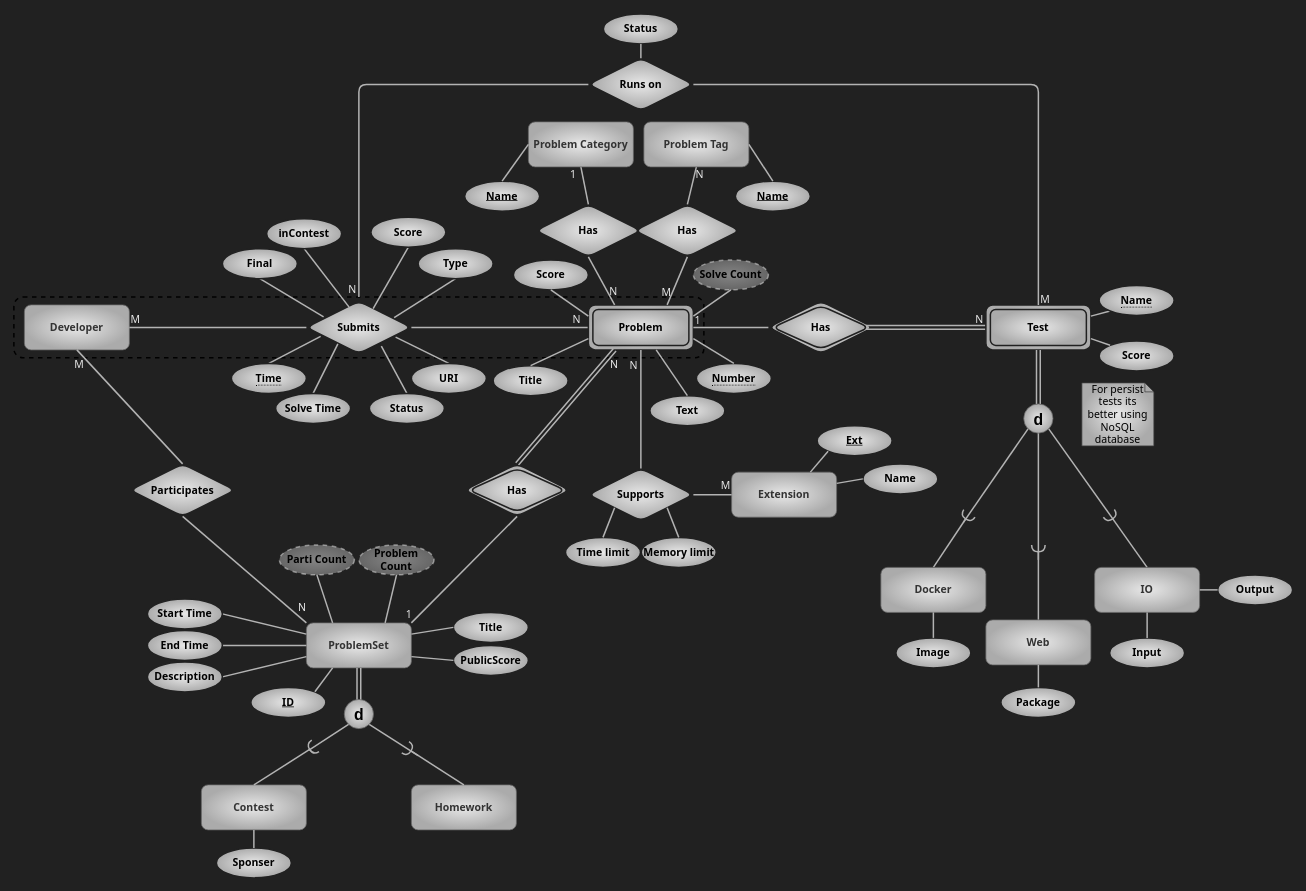
Earlier version of the draw.io diagram page "problemset" (4 of 5) of er.drawio (kntu-db/quera-db). Source tidied: cells renumbered, new cells numbered last; positions are measured from the earlier drawing's top-left corner, leaving out a move shared by most shapes. Both pictures are drawn from the tidied source at 75%, with x=0, y=0 at pixel (14, 14).
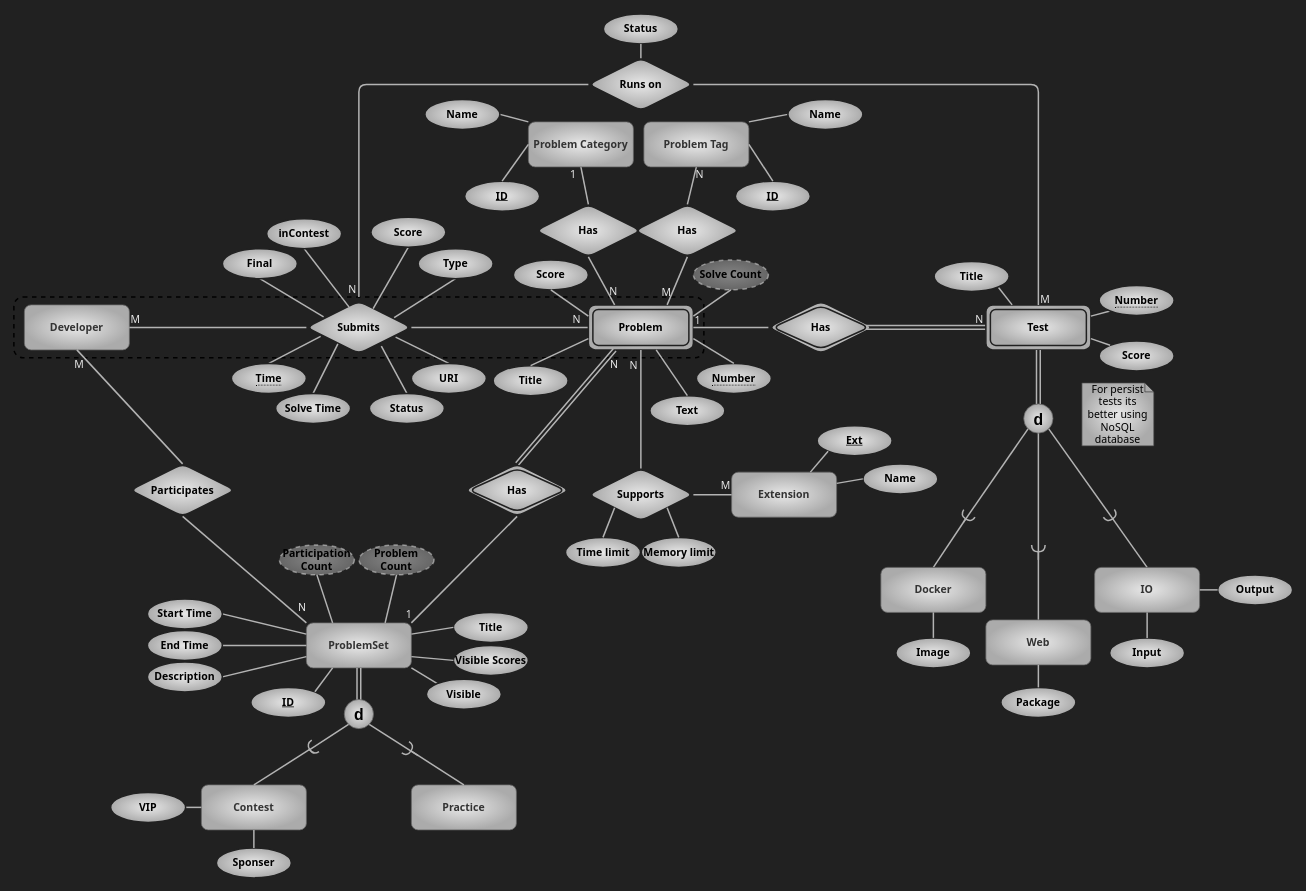
The same diagram, later.

Unchanged cells that the change refers to:
```xml
<mxCell id="35" value="Problem Tag" style="whiteSpace=wrap;html=1;align=center;fontFamily=Tahoma;rounded=1;fillColor=#E8E8E8;strokeColor=#666666;fontColor=#333333;gradientColor=#ABABAB;gradientDirection=radial;fontSize=14;labelBackgroundColor=none;fontStyle=1;" parent="1" vertex="1">
  <mxGeometry x="840" y="144" width="140" height="60" as="geometry" />
</mxCell>
<mxCell id="42" value="Problem Category" style="whiteSpace=wrap;html=1;align=center;fontFamily=Tahoma;rounded=1;fillColor=#E8E8E8;strokeColor=#666666;fontColor=#333333;gradientColor=#ABABAB;gradientDirection=radial;fontSize=14;labelBackgroundColor=none;fontStyle=1;" parent="1" vertex="1">
  <mxGeometry x="686" y="144" width="140" height="60" as="geometry" />
</mxCell>
<mxCell id="56" value="Test" style="shape=ext;margin=3;double=1;whiteSpace=wrap;html=1;align=center;rounded=1;labelBackgroundColor=none;fontFamily=Tahoma;fontSize=14;fontColor=#000000;fillColor=#E8E8E8;gradientColor=#ABABAB;gradientDirection=radial;fontStyle=1;strokeColor=#212121;strokeWidth=2;glass=0;" parent="1" vertex="1">
  <mxGeometry x="1296" y="388" width="140" height="60" as="geometry" />
</mxCell>
<mxCell id="80" value="ProblemSet" style="whiteSpace=wrap;html=1;align=center;fontFamily=Tahoma;rounded=1;fillColor=#E8E8E8;strokeColor=#666666;fontColor=#333333;gradientColor=#ABABAB;gradientDirection=radial;fontSize=14;labelBackgroundColor=none;fontStyle=1;" parent="1" vertex="1">
  <mxGeometry x="390" y="812" width="140" height="60" as="geometry" />
</mxCell>
<mxCell id="102" value="Contest" style="whiteSpace=wrap;html=1;align=center;fontFamily=Tahoma;rounded=1;fillColor=#E8E8E8;strokeColor=#666666;fontColor=#333333;gradientColor=#ABABAB;gradientDirection=radial;fontSize=14;labelBackgroundColor=none;fontStyle=1;" parent="1" vertex="1">
  <mxGeometry x="250" y="1028" width="140" height="60" as="geometry" />
</mxCell>
```

Diff of the diagram source:
```diff
@@
-    <mxCell id="58" value="&lt;span style=&quot;border-bottom: 1px dotted&quot;&gt;Name&lt;/span&gt;" style="ellipse;whiteSpace=wrap;html=1;align=center;rounded=1;labelBackgroundColor=none;fontFamily=Tahoma;fontSize=14;fontColor=#000000;strokeColor=#212121;strokeWidth=2;fillColor=#E8E8E8;gradientColor=#ABABAB;gradientDirection=radial;fontStyle=1;" parent="1" vertex="1">
+    <mxCell id="58" value="&lt;span style=&quot;border-bottom: 1px dotted&quot;&gt;Number&lt;/span&gt;" style="ellipse;whiteSpace=wrap;html=1;align=center;rounded=1;labelBackgroundColor=none;fontFamily=Tahoma;fontSize=14;fontColor=#000000;strokeColor=#212121;strokeWidth=2;fillColor=#E8E8E8;gradientColor=#ABABAB;gradientDirection=radial;fontStyle=1;" parent="1" vertex="1">
       <mxGeometry x="1447" y="362" width="100" height="40" as="geometry" />
     </mxCell>
@@
-    <mxCell id="82" value="Parti Count" style="ellipse;whiteSpace=wrap;html=1;align=center;dashed=1;rounded=1;labelBackgroundColor=none;fontFamily=Tahoma;fontSize=14;fontColor=#000000;strokeColor=#e8e8e8;strokeWidth=2;fillColor=#E8E8E8;gradientColor=#ABABAB;gradientDirection=radial;perimeterSpacing=0;fontStyle=1;labelBorderColor=none;shadow=0;opacity=50;" parent="1" vertex="1">
+    <mxCell id="82" value="Participation Count" style="ellipse;whiteSpace=wrap;html=1;align=center;dashed=1;rounded=1;labelBackgroundColor=none;fontFamily=Tahoma;fontSize=14;fontColor=#000000;strokeColor=#e8e8e8;strokeWidth=2;fillColor=#E8E8E8;gradientColor=#ABABAB;gradientDirection=radial;perimeterSpacing=0;fontStyle=1;labelBorderColor=none;shadow=0;opacity=50;" parent="1" vertex="1">
       <mxGeometry x="354" y="708" width="100" height="40" as="geometry" />
     </mxCell>
@@
-    <mxCell id="103" value="Homework" style="whiteSpace=wrap;html=1;align=center;fontFamily=Tahoma;rounded=1;fillColor=#E8E8E8;strokeColor=#666666;fontColor=#333333;gradientColor=#ABABAB;gradientDirection=radial;fontSize=14;labelBackgroundColor=none;fontStyle=1;" parent="1" vertex="1">
+    <mxCell id="103" value="Practice" style="whiteSpace=wrap;html=1;align=center;fontFamily=Tahoma;rounded=1;fillColor=#E8E8E8;strokeColor=#666666;fontColor=#333333;gradientColor=#ABABAB;gradientDirection=radial;fontSize=14;labelBackgroundColor=none;fontStyle=1;" parent="1" vertex="1">
       <mxGeometry x="530" y="1028" width="140" height="60" as="geometry" />
     </mxCell>
@@
-    <mxCell id="108" value="PublicScore" style="ellipse;whiteSpace=wrap;html=1;align=center;rounded=1;labelBackgroundColor=none;fontFamily=Tahoma;fontSize=14;fontColor=#000000;strokeColor=#212121;strokeWidth=2;fillColor=#E8E8E8;gradientColor=#ABABAB;gradientDirection=radial;fontStyle=1;" parent="1" vertex="1">
+    <mxCell id="108" value="Visible Scores" style="ellipse;whiteSpace=wrap;html=1;align=center;rounded=1;labelBackgroundColor=none;fontFamily=Tahoma;fontSize=14;fontColor=#000000;strokeColor=#212121;strokeWidth=2;fillColor=#E8E8E8;gradientColor=#ABABAB;gradientDirection=radial;fontStyle=1;" parent="1" vertex="1">
       <mxGeometry x="586" y="842" width="100" height="40" as="geometry" />
     </mxCell>
@@
-    <mxCell id="114" value="Name" style="ellipse;whiteSpace=wrap;html=1;align=center;rounded=1;labelBackgroundColor=none;fontFamily=Tahoma;fontSize=14;fontColor=#000000;strokeColor=#212121;strokeWidth=2;fillColor=#E8E8E8;gradientColor=#ABABAB;gradientDirection=radial;fontStyle=5;" parent="1" vertex="1">
+    <mxCell id="114" value="ID" style="ellipse;whiteSpace=wrap;html=1;align=center;rounded=1;labelBackgroundColor=none;fontFamily=Tahoma;fontSize=14;fontColor=#000000;strokeColor=#212121;strokeWidth=2;fillColor=#E8E8E8;gradientColor=#ABABAB;gradientDirection=radial;fontStyle=5;" parent="1" vertex="1">
       <mxGeometry x="601" y="223" width="100" height="40" as="geometry" />
     </mxCell>
@@
-    <mxCell id="116" value="Name" style="ellipse;whiteSpace=wrap;html=1;align=center;rounded=1;labelBackgroundColor=none;fontFamily=Tahoma;fontSize=14;fontColor=#000000;strokeColor=#212121;strokeWidth=2;fillColor=#E8E8E8;gradientColor=#ABABAB;gradientDirection=radial;fontStyle=5;" parent="1" vertex="1">
+    <mxCell id="116" value="ID" style="ellipse;whiteSpace=wrap;html=1;align=center;rounded=1;labelBackgroundColor=none;fontFamily=Tahoma;fontSize=14;fontColor=#000000;strokeColor=#212121;strokeWidth=2;fillColor=#E8E8E8;gradientColor=#ABABAB;gradientDirection=radial;fontStyle=5;" parent="1" vertex="1">
       <mxGeometry x="962" y="223" width="100" height="40" as="geometry" />
     </mxCell>
@@
+    <mxCell id="145" style="edgeStyle=none;html=1;entryX=0;entryY=0.5;entryDx=0;entryDy=0;endArrow=none;endFill=0;strokeColor=#B3B3B3;strokeWidth=2;" parent="1" edge="1" source="146" target="102">
+      <mxGeometry relative="1" as="geometry" />
+    </mxCell>
+    <mxCell id="146" value="VIP" style="ellipse;whiteSpace=wrap;html=1;align=center;rounded=1;labelBackgroundColor=none;fontFamily=Tahoma;fontSize=14;fontColor=#000000;strokeColor=#212121;strokeWidth=2;fillColor=#E8E8E8;gradientColor=#ABABAB;gradientDirection=radial;fontStyle=1;" parent="1" vertex="1">
+      <mxGeometry x="129" y="1038" width="100" height="40" as="geometry" />
+    </mxCell>
+    <mxCell id="147" style="edgeStyle=none;html=1;exitX=0;exitY=0;exitDx=0;exitDy=0;entryX=1;entryY=1;entryDx=0;entryDy=0;endArrow=none;endFill=0;strokeColor=#B3B3B3;strokeWidth=2;" parent="1" edge="1" source="148" target="80">
+      <mxGeometry relative="1" as="geometry" />
+    </mxCell>
+    <mxCell id="148" value="Visible" style="ellipse;whiteSpace=wrap;html=1;align=center;rounded=1;labelBackgroundColor=none;fontFamily=Tahoma;fontSize=14;fontColor=#000000;strokeColor=#212121;strokeWidth=2;fillColor=#E8E8E8;gradientColor=#ABABAB;gradientDirection=radial;fontStyle=1;" parent="1" vertex="1">
+      <mxGeometry x="550" y="887" width="100" height="40" as="geometry" />
+    </mxCell>
+    <mxCell id="149" style="edgeStyle=none;html=1;exitX=1;exitY=0.5;exitDx=0;exitDy=0;entryX=0;entryY=0;entryDx=0;entryDy=0;endArrow=none;endFill=0;strokeColor=#B3B3B3;strokeWidth=2;" parent="1" edge="1" source="150" target="42">
+      <mxGeometry relative="1" as="geometry" />
+    </mxCell>
+    <mxCell id="150" value="Name" style="ellipse;whiteSpace=wrap;html=1;align=center;rounded=1;labelBackgroundColor=none;fontFamily=Tahoma;fontSize=14;fontColor=#000000;strokeColor=#212121;strokeWidth=2;fillColor=#E8E8E8;gradientColor=#ABABAB;gradientDirection=radial;fontStyle=1;" parent="1" vertex="1">
+      <mxGeometry x="548" y="114" width="100" height="40" as="geometry" />
+    </mxCell>
+    <mxCell id="151" style="edgeStyle=none;html=1;exitX=0;exitY=0.5;exitDx=0;exitDy=0;entryX=1;entryY=0;entryDx=0;entryDy=0;endArrow=none;endFill=0;strokeColor=#B3B3B3;strokeWidth=2;" parent="1" edge="1" source="152" target="35">
+      <mxGeometry relative="1" as="geometry" />
+    </mxCell>
+    <mxCell id="152" value="Name" style="ellipse;whiteSpace=wrap;html=1;align=center;rounded=1;labelBackgroundColor=none;fontFamily=Tahoma;fontSize=14;fontColor=#000000;strokeColor=#212121;strokeWidth=2;fillColor=#E8E8E8;gradientColor=#ABABAB;gradientDirection=radial;fontStyle=1;" parent="1" vertex="1">
+      <mxGeometry x="1032" y="114" width="100" height="40" as="geometry" />
+    </mxCell>
+    <mxCell id="153" style="edgeStyle=none;html=1;exitX=1;exitY=1;exitDx=0;exitDy=0;entryX=0.25;entryY=0;entryDx=0;entryDy=0;endArrow=none;endFill=0;strokeColor=#B3B3B3;strokeWidth=2;" parent="1" edge="1" source="154" target="56">
+      <mxGeometry relative="1" as="geometry" />
+    </mxCell>
+    <mxCell id="154" value="Title" style="ellipse;whiteSpace=wrap;html=1;align=center;rounded=1;labelBackgroundColor=none;fontFamily=Tahoma;fontSize=14;fontColor=#000000;strokeColor=#212121;strokeWidth=2;fillColor=#E8E8E8;gradientColor=#ABABAB;gradientDirection=radial;fontStyle=1;" parent="1" vertex="1">
+      <mxGeometry x="1227" y="330" width="100" height="40" as="geometry" />
+    </mxCell>
```
